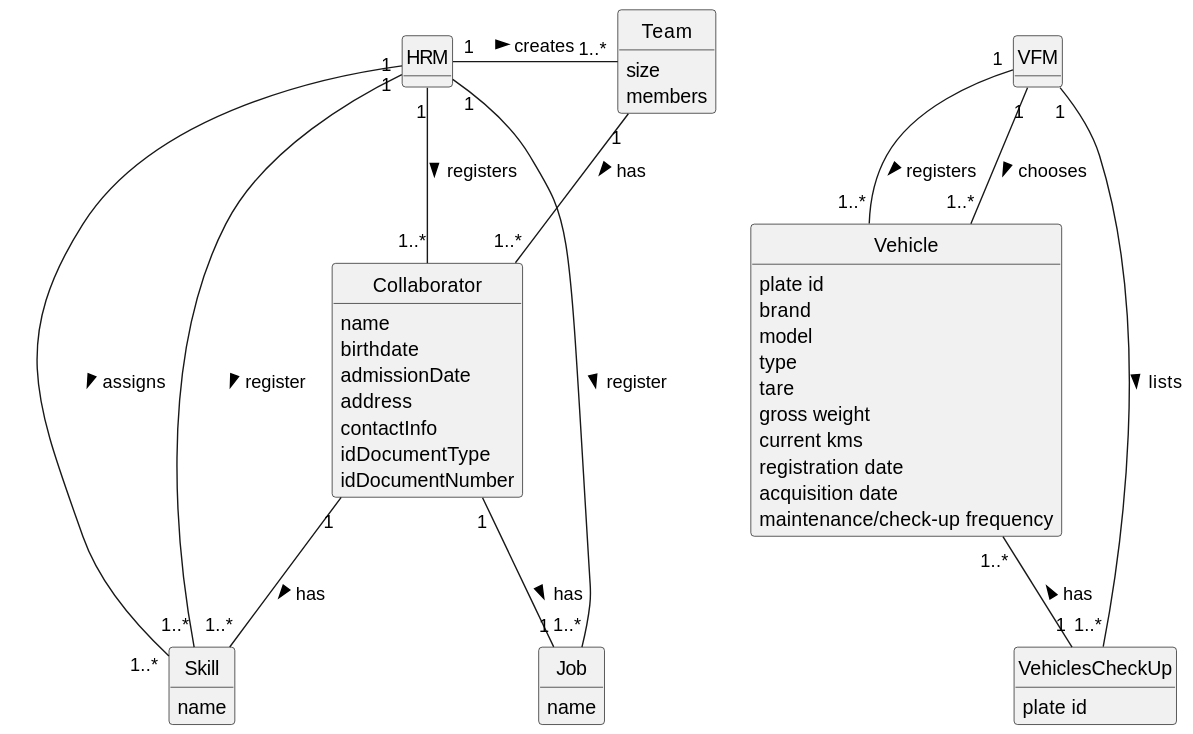
Before: docs/sprintC/global-artifacts/02.analysis/svg/project-domain-model.svg, a diagram exported from PlantUML (diogoveirospro/lei-24-s2-1dg-g072). Its diagram source:
```plantuml
@startuml
skinparam monochrome true
skinparam packageStyle rectangle
skinparam shadowing false
skinparam classAttributeIconSize 0
hide circle
hide methods


class HRM {

}

class Skill {
    name
}
class Job {
    name
}


class Team {
    size
    members

}

class Collaborator {
    name
    birthdate
    admissionDate
    address
    contactInfo
    idDocumentType
    idDocumentNumber
}



class Vehicle{
    plate id
    brand
    model
    type
    tare
    gross weight
    current kms
    registration date
    acquisition date
    maintenance/check-up frequency
}

class VFM {

}

class VehiclesCheckUp {
    plate id
}


HRM "1" -- "1..*" Skill: register >

HRM "1" - "1..*" Job : register >

HRM "1" - "1..*" Collaborator : registers >

HRM "1" - "1..*" Skill : assigns >
Collaborator "1" -- "1..*" Skill : has >

HRM "1" - "1..*" Team : creates >
Collaborator "1" -- "1" Job: has >
Team "1" -- "1..*" Collaborator: has >


VFM "1" -- "1..*" Vehicle: registers >

VFM "1"-- "1..*" Vehicle: chooses >

VFM "1" -- "1..*" VehiclesCheckUp: lists >
Vehicle "1..*" -- "1" VehiclesCheckUp: has <
@enduml
```
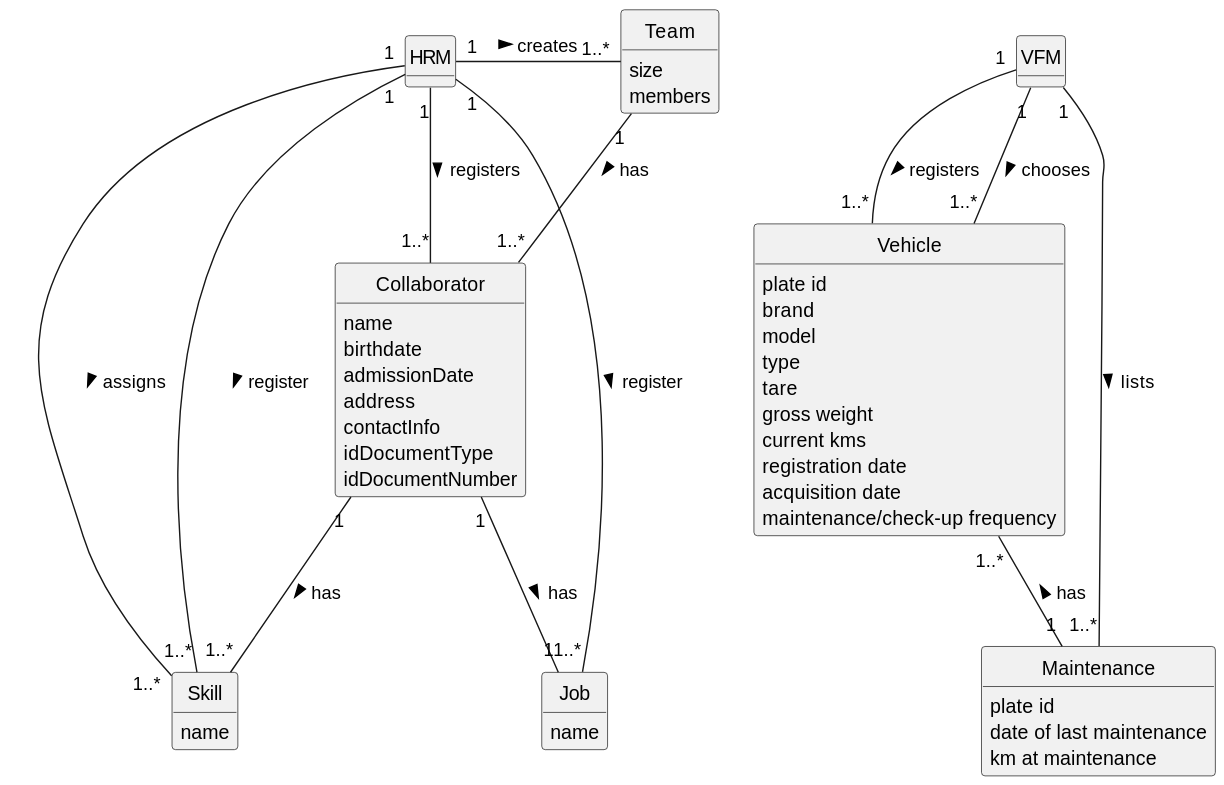
The same diagram one commit later.

Change to the diagram source:
```diff
@@ -54,8 +54,10 @@
 
 }
 
-class VehiclesCheckUp {
+class Maintenance {
     plate id
+    date of last maintenance
+    km at maintenance
 }
 
 
@@ -77,6 +79,6 @@
 
 VFM "1"-- "1..*" Vehicle: chooses >
 
-VFM "1" -- "1..*" VehiclesCheckUp: lists >
-Vehicle "1..*" -- "1" VehiclesCheckUp: has <
+VFM "1" -- "1..*" Maintenance: lists >
+Vehicle "1..*" -- "1" Maintenance: has <
 @enduml
```
